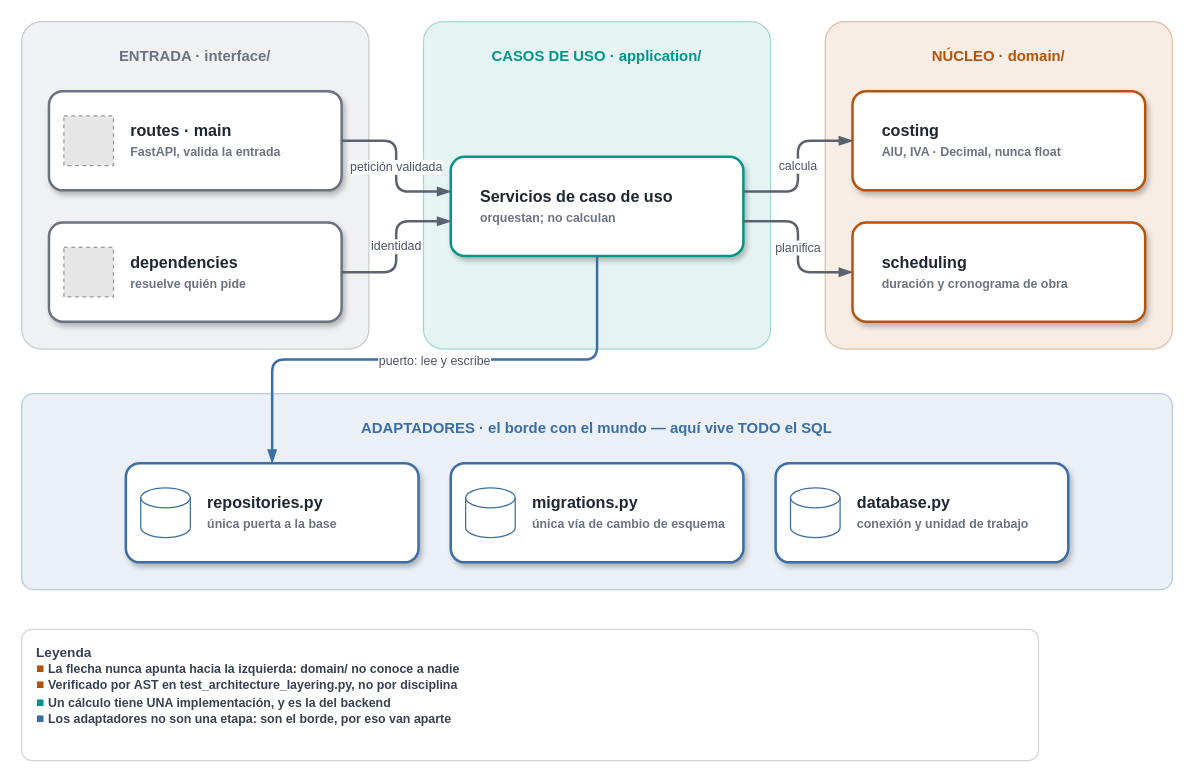
Before: docs/diagrams/soma-capas.drawio in alucard9295-cell/Proyecto-SOMA, a draw.io diagram. Source tidied: cells renumbered, new cells numbered last; positions are measured from the earlier drawing's top-left corner, leaving out a move shared by most shapes. Both pictures are drawn from the tidied source at 124%, with x=0, y=0 at pixel (21, 21). Pictures stored in the file or linked from it are replaced by grey dashed boxes.
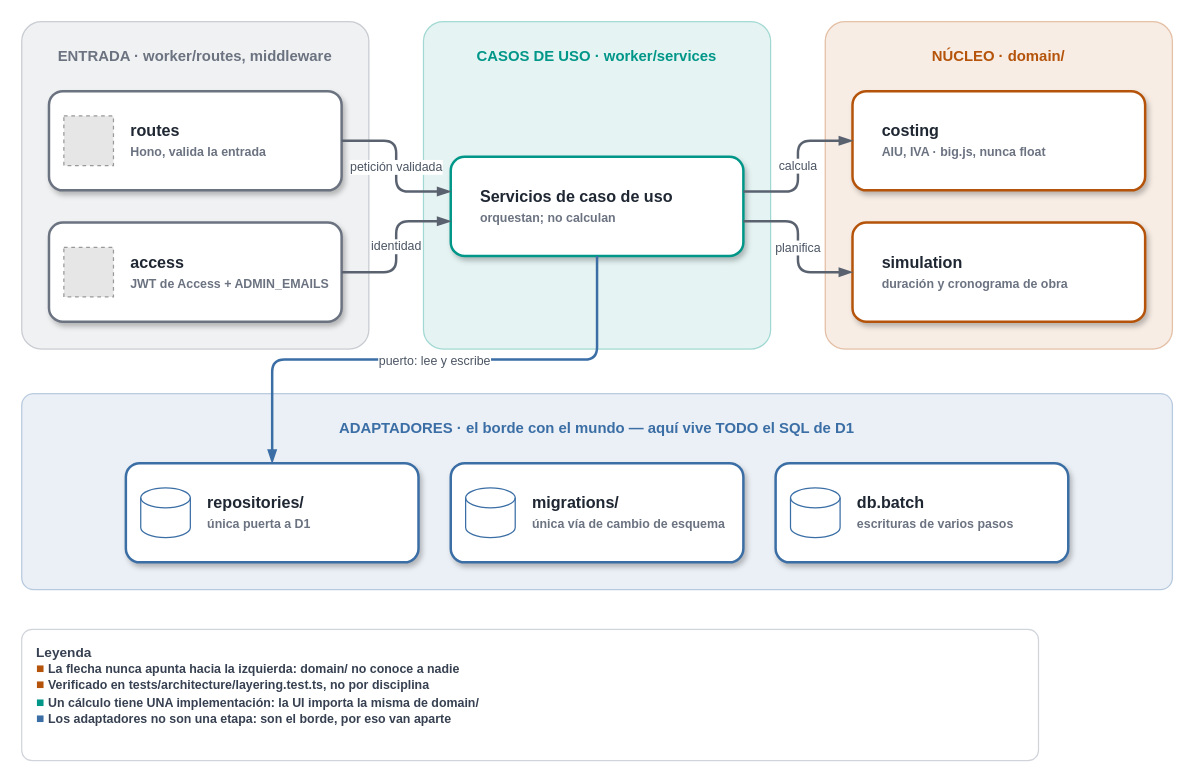
The same page after the edit.

The edit, as a diff of the source:
```diff
@@
-    <mxCell id="2" value="ENTRADA  ·  interface/" style="rounded=1;arcSize=6;html=1;whiteSpace=wrap;fillColor=#6B72801A;strokeColor=#6B728055;dashed=0;verticalAlign=top;align=center;spacingTop=14;fontSize=12;fontStyle=1;fontColor=#6B7280;" parent="1" vertex="1">
+    <mxCell id="2" value="ENTRADA  ·  worker/routes, middleware" style="rounded=1;arcSize=6;html=1;whiteSpace=wrap;fillColor=#6B72801A;strokeColor=#6B728055;dashed=0;verticalAlign=top;align=center;spacingTop=14;fontSize=12;fontStyle=1;fontColor=#6B7280;" parent="1" vertex="1">
       <mxGeometry width="280" height="264" as="geometry" />
     </mxCell>
-    <mxCell id="3" value="routes  ·  main&lt;br&gt;&lt;font style='font-size:10px' color='#6B7280'&gt;FastAPI, valida la entrada&lt;/font&gt;" style="rounded=1;arcSize=14;html=1;whiteSpace=wrap;fillColor=#FFFFFF;strokeColor=#6B7280;strokeWidth=2;align=left;spacingLeft=64;verticalAlign=middle;fontSize=13;fontStyle=1;fontColor=#1F2733;shadow=1;" parent="1" vertex="1">
+    <mxCell id="3" value="routes&lt;br&gt;&lt;font style='font-size:10px' color='#6B7280'&gt;Hono, valida la entrada&lt;/font&gt;" style="rounded=1;arcSize=14;html=1;whiteSpace=wrap;fillColor=#FFFFFF;strokeColor=#6B7280;strokeWidth=2;align=left;spacingLeft=64;verticalAlign=middle;fontSize=13;fontStyle=1;fontColor=#1F2733;shadow=1;" parent="1" vertex="1">
       <mxGeometry x="22" y="56" width="236" height="80" as="geometry" />
     </mxCell>
@@
-    <mxCell id="5" value="dependencies&lt;br&gt;&lt;font style='font-size:10px' color='#6B7280'&gt;resuelve quién pide&lt;/font&gt;" style="rounded=1;arcSize=14;html=1;whiteSpace=wrap;fillColor=#FFFFFF;strokeColor=#6B7280;strokeWidth=2;align=left;spacingLeft=64;verticalAlign=middle;fontSize=13;fontStyle=1;fontColor=#1F2733;shadow=1;" parent="1" vertex="1">
+    <mxCell id="5" value="access&lt;br&gt;&lt;font style='font-size:10px' color='#6B7280'&gt;JWT de Access + ADMIN_EMAILS&lt;/font&gt;" style="rounded=1;arcSize=14;html=1;whiteSpace=wrap;fillColor=#FFFFFF;strokeColor=#6B7280;strokeWidth=2;align=left;spacingLeft=64;verticalAlign=middle;fontSize=13;fontStyle=1;fontColor=#1F2733;shadow=1;" parent="1" vertex="1">
       <mxGeometry x="22" y="162" width="236" height="80" as="geometry" />
     </mxCell>
@@
-    <mxCell id="7" value="CASOS DE USO  ·  application/" style="rounded=1;arcSize=6;html=1;whiteSpace=wrap;fillColor=#0096881A;strokeColor=#00968855;dashed=0;verticalAlign=top;align=center;spacingTop=14;fontSize=12;fontStyle=1;fontColor=#009688;" parent="1" vertex="1">
+    <mxCell id="7" value="CASOS DE USO  ·  worker/services" style="rounded=1;arcSize=6;html=1;whiteSpace=wrap;fillColor=#0096881A;strokeColor=#00968855;dashed=0;verticalAlign=top;align=center;spacingTop=14;fontSize=12;fontStyle=1;fontColor=#009688;" parent="1" vertex="1">
       <mxGeometry x="324" width="280" height="264" as="geometry" />
     </mxCell>
@@
-    <mxCell id="10" value="costing&lt;br&gt;&lt;font style='font-size:10px' color='#6B7280'&gt;AIU, IVA  ·  Decimal, nunca float&lt;/font&gt;" style="rounded=1;arcSize=14;html=1;whiteSpace=wrap;fillColor=#FFFFFF;strokeColor=#B45309;strokeWidth=2;align=left;spacingLeft=22;verticalAlign=middle;fontSize=13;fontStyle=1;fontColor=#1F2733;shadow=1;" parent="1" vertex="1">
+    <mxCell id="10" value="costing&lt;br&gt;&lt;font style='font-size:10px' color='#6B7280'&gt;AIU, IVA  ·  big.js, nunca float&lt;/font&gt;" style="rounded=1;arcSize=14;html=1;whiteSpace=wrap;fillColor=#FFFFFF;strokeColor=#B45309;strokeWidth=2;align=left;spacingLeft=22;verticalAlign=middle;fontSize=13;fontStyle=1;fontColor=#1F2733;shadow=1;" parent="1" vertex="1">
       <mxGeometry x="670" y="56" width="236" height="80" as="geometry" />
     </mxCell>
-    <mxCell id="11" value="scheduling&lt;br&gt;&lt;font style='font-size:10px' color='#6B7280'&gt;duración y cronograma de obra&lt;/font&gt;" style="rounded=1;arcSize=14;html=1;whiteSpace=wrap;fillColor=#FFFFFF;strokeColor=#B45309;strokeWidth=2;align=left;spacingLeft=22;verticalAlign=middle;fontSize=13;fontStyle=1;fontColor=#1F2733;shadow=1;" parent="1" vertex="1">
+    <mxCell id="11" value="simulation&lt;br&gt;&lt;font style='font-size:10px' color='#6B7280'&gt;duración y cronograma de obra&lt;/font&gt;" style="rounded=1;arcSize=14;html=1;whiteSpace=wrap;fillColor=#FFFFFF;strokeColor=#B45309;strokeWidth=2;align=left;spacingLeft=22;verticalAlign=middle;fontSize=13;fontStyle=1;fontColor=#1F2733;shadow=1;" parent="1" vertex="1">
       <mxGeometry x="670" y="162" width="236" height="80" as="geometry" />
     </mxCell>
@@
-    <mxCell id="16" value="ADAPTADORES  ·  el borde con el mundo — aquí vive TODO el SQL" style="rounded=1;arcSize=6;html=1;whiteSpace=wrap;fillColor=#3A6EA51A;strokeColor=#3A6EA555;dashed=0;verticalAlign=top;align=center;spacingTop=14;fontSize=12;fontStyle=1;fontColor=#3A6EA5;" parent="1" vertex="1">
+    <mxCell id="16" value="ADAPTADORES  ·  el borde con el mundo — aquí vive TODO el SQL de D1" style="rounded=1;arcSize=6;html=1;whiteSpace=wrap;fillColor=#3A6EA51A;strokeColor=#3A6EA555;dashed=0;verticalAlign=top;align=center;spacingTop=14;fontSize=12;fontStyle=1;fontColor=#3A6EA5;" parent="1" vertex="1">
       <mxGeometry y="300" width="928" height="158" as="geometry" />
     </mxCell>
-    <mxCell id="17" value="repositories.py&lt;br&gt;&lt;font style='font-size:10px' color='#6B7280'&gt;única puerta a la base&lt;/font&gt;" style="rounded=1;arcSize=14;html=1;whiteSpace=wrap;fillColor=#FFFFFF;strokeColor=#3A6EA5;strokeWidth=2;align=left;spacingLeft=64;verticalAlign=middle;fontSize=13;fontStyle=1;fontColor=#1F2733;shadow=1;" parent="1" vertex="1">
+    <mxCell id="17" value="repositories/&lt;br&gt;&lt;font style='font-size:10px' color='#6B7280'&gt;única puerta a D1&lt;/font&gt;" style="rounded=1;arcSize=14;html=1;whiteSpace=wrap;fillColor=#FFFFFF;strokeColor=#3A6EA5;strokeWidth=2;align=left;spacingLeft=64;verticalAlign=middle;fontSize=13;fontStyle=1;fontColor=#1F2733;shadow=1;" parent="1" vertex="1">
       <mxGeometry x="84" y="356" width="236" height="80" as="geometry" />
     </mxCell>
@@
-    <mxCell id="19" value="migrations.py&lt;br&gt;&lt;font style='font-size:10px' color='#6B7280'&gt;única vía de cambio de esquema&lt;/font&gt;" style="rounded=1;arcSize=14;html=1;whiteSpace=wrap;fillColor=#FFFFFF;strokeColor=#3A6EA5;strokeWidth=2;align=left;spacingLeft=64;verticalAlign=middle;fontSize=13;fontStyle=1;fontColor=#1F2733;shadow=1;" parent="1" vertex="1">
+    <mxCell id="19" value="migrations/&lt;br&gt;&lt;font style='font-size:10px' color='#6B7280'&gt;única vía de cambio de esquema&lt;/font&gt;" style="rounded=1;arcSize=14;html=1;whiteSpace=wrap;fillColor=#FFFFFF;strokeColor=#3A6EA5;strokeWidth=2;align=left;spacingLeft=64;verticalAlign=middle;fontSize=13;fontStyle=1;fontColor=#1F2733;shadow=1;" parent="1" vertex="1">
       <mxGeometry x="346" y="356" width="236" height="80" as="geometry" />
     </mxCell>
@@
-    <mxCell id="21" value="database.py&lt;br&gt;&lt;font style='font-size:10px' color='#6B7280'&gt;conexión y unidad de trabajo&lt;/font&gt;" style="rounded=1;arcSize=14;html=1;whiteSpace=wrap;fillColor=#FFFFFF;strokeColor=#3A6EA5;strokeWidth=2;align=left;spacingLeft=64;verticalAlign=middle;fontSize=13;fontStyle=1;fontColor=#1F2733;shadow=1;" parent="1" vertex="1">
+    <mxCell id="21" value="db.batch&lt;br&gt;&lt;font style='font-size:10px' color='#6B7280'&gt;escrituras de varios pasos&lt;/font&gt;" style="rounded=1;arcSize=14;html=1;whiteSpace=wrap;fillColor=#FFFFFF;strokeColor=#3A6EA5;strokeWidth=2;align=left;spacingLeft=64;verticalAlign=middle;fontSize=13;fontStyle=1;fontColor=#1F2733;shadow=1;" parent="1" vertex="1">
       <mxGeometry x="608" y="356" width="236" height="80" as="geometry" />
     </mxCell>
@@
-    <mxCell id="24" value="Leyenda&lt;br&gt;&lt;font color='#B45309'&gt;&amp;#9632;&lt;/font&gt; &lt;font style='font-size:10px'&gt;La flecha nunca apunta hacia la izquierda: domain/ no conoce a nadie&lt;/font&gt;&lt;br&gt;&lt;font color='#B45309'&gt;&amp;#9632;&lt;/font&gt; &lt;font style='font-size:10px'&gt;Verificado por AST en test_architecture_layering.py, no por disciplina&lt;/font&gt;&lt;br&gt;&lt;font color='#009688'&gt;&amp;#9632;&lt;/font&gt; &lt;font style='font-size:10px'&gt;Un cálculo tiene UNA implementación, y es la del backend&lt;/font&gt;&lt;br&gt;&lt;font color='#3A6EA5'&gt;&amp;#9632;&lt;/font&gt; &lt;font style='font-size:10px'&gt;Los adaptadores no son una etapa: son el borde, por eso van aparte&lt;/font&gt;" style="rounded=1;arcSize=8;html=1;whiteSpace=wrap;fillColor=#FFFFFF;strokeColor=#D1D5DB;align=left;verticalAlign=top;spacingLeft=10;spacingTop=6;fontSize=11;fontStyle=1;fontColor=#374151;" parent="1" vertex="1">
+    <mxCell id="24" value="Leyenda&lt;br&gt;&lt;font color='#B45309'&gt;&amp;#9632;&lt;/font&gt; &lt;font style='font-size:10px'&gt;La flecha nunca apunta hacia la izquierda: domain/ no conoce a nadie&lt;/font&gt;&lt;br&gt;&lt;font color='#B45309'&gt;&amp;#9632;&lt;/font&gt; &lt;font style='font-size:10px'&gt;Verificado en tests/architecture/layering.test.ts, no por disciplina&lt;/font&gt;&lt;br&gt;&lt;font color='#009688'&gt;&amp;#9632;&lt;/font&gt; &lt;font style='font-size:10px'&gt;Un cálculo tiene UNA implementación: la UI importa la misma de domain/&lt;/font&gt;&lt;br&gt;&lt;font color='#3A6EA5'&gt;&amp;#9632;&lt;/font&gt; &lt;font style='font-size:10px'&gt;Los adaptadores no son una etapa: son el borde, por eso van aparte&lt;/font&gt;" style="rounded=1;arcSize=8;html=1;whiteSpace=wrap;fillColor=#FFFFFF;strokeColor=#D1D5DB;align=left;verticalAlign=top;spacingLeft=10;spacingTop=6;fontSize=11;fontStyle=1;fontColor=#374151;" parent="1" vertex="1">
       <mxGeometry y="490" width="820" height="106" as="geometry" />
     </mxCell>
```
